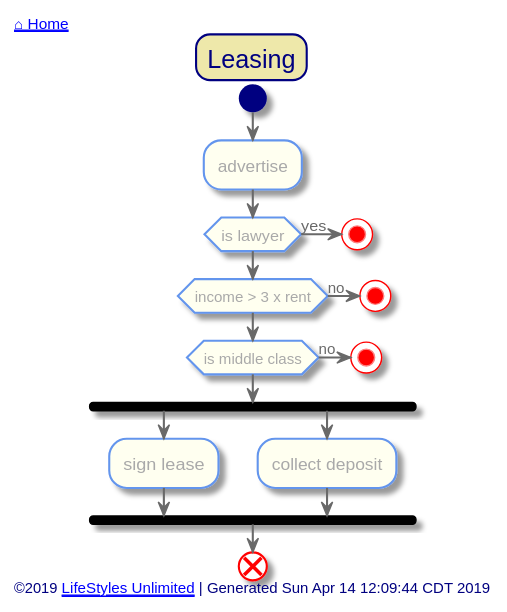
The PlantUML diagram out/src/single-family/leasing.svg in toddmo/lifestylesunlimited, before a commit.
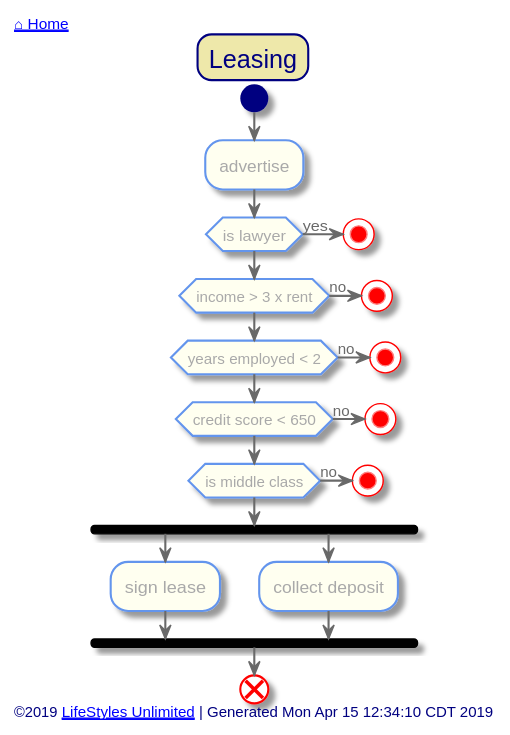
Above is the later version.

Diff of the diagram source:
```diff
@@ -79,6 +79,12 @@
 	if(income > 3 x rent) then(no)
     stop
   endif
+	if(years employed < 2) then(no)
+    stop
+  endif
+	if(credit score < 650) then(no)
+    stop
+  endif
 	if(is middle class) then(no)
     stop
   endif
@@ -92,7 +98,7 @@
   end
 
 left footer
-	©2019 [[http://www.lifestylesunlimited.com LifeStyles Unlimited]] | Generated Sun Apr 14 12:09:44 CDT 2019
+	©2019 [[http://www.lifestylesunlimited.com LifeStyles Unlimited]] | Generated Mon Apr 15 12:34:10 CDT 2019
 endfooter
 
 
```
